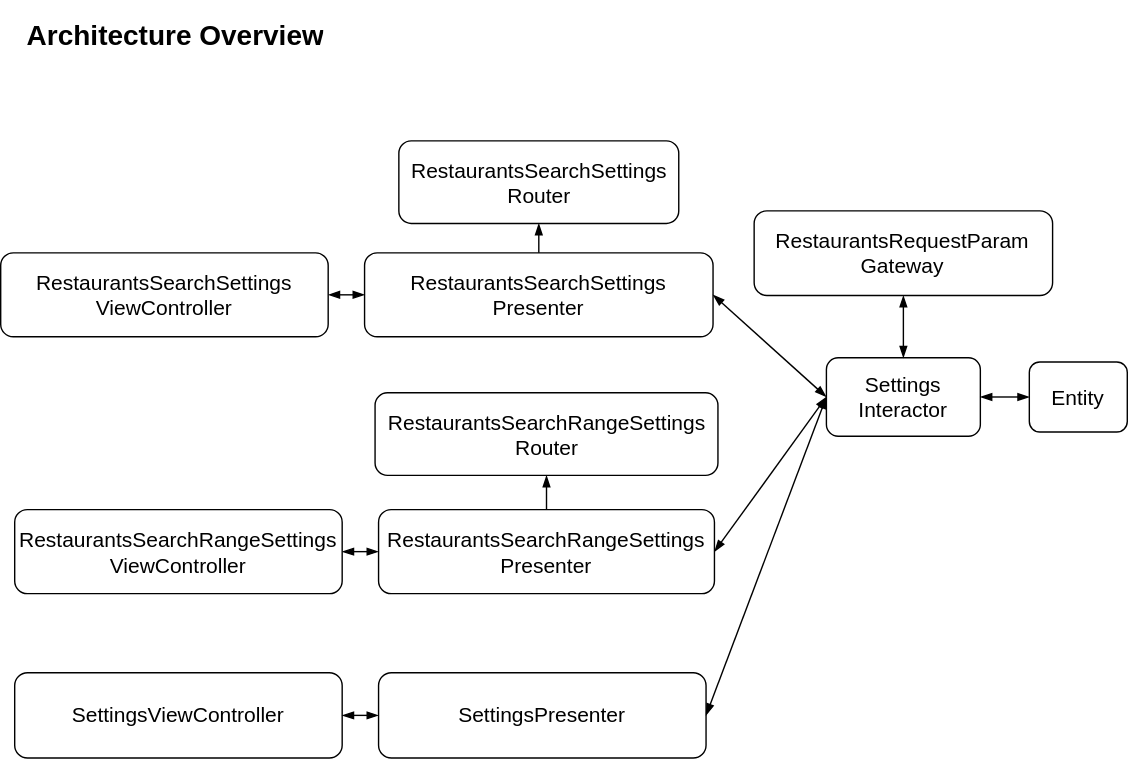
The draw.io diagram KyotoTrip/Modules/Settings/SettingsModuleArchitecture.drawio.svg in masayuki5160/KyotoTrip, before a commit. Source tidied: cells renumbered, new cells last; positions are measured from the earlier drawing's top-left corner, leaving out a move shared by most shapes. Source of this version:
```xml
<mxGraphModel>
  <root>
    <mxCell id="0" />
    <mxCell id="1" parent="0" />
    <mxCell id="2" value="RestaurantsSearchSettings&lt;br&gt;Router" style="rounded=1;whiteSpace=wrap;html=1;fontSize=15;" parent="1" vertex="1">
      <mxGeometry x="284.5" y="90" width="200" height="59" as="geometry" />
    </mxCell>
    <mxCell id="3" value="RestaurantsSearchSettings&lt;br&gt;Presenter" style="rounded=1;whiteSpace=wrap;html=1;fontSize=15;" parent="1" vertex="1">
      <mxGeometry x="260" y="170" width="249" height="60" as="geometry" />
    </mxCell>
    <mxCell id="4" value="Settings&lt;br&gt;Interactor" style="rounded=1;whiteSpace=wrap;html=1;fontSize=15;" parent="1" vertex="1">
      <mxGeometry x="590" y="245" width="110" height="56" as="geometry" />
    </mxCell>
    <mxCell id="5" value="Entity" style="rounded=1;whiteSpace=wrap;html=1;fontSize=15;" parent="1" vertex="1">
      <mxGeometry x="735" y="248" width="70" height="50" as="geometry" />
    </mxCell>
    <mxCell id="6" value="RestaurantsRequestParam&lt;br&gt;Gateway" style="rounded=1;whiteSpace=wrap;html=1;fontSize=15;horizontal=1;" parent="1" vertex="1">
      <mxGeometry x="538.4" y="140" width="213.2" height="60.5" as="geometry" />
    </mxCell>
    <mxCell id="7" value="SettingsViewController" style="rounded=1;whiteSpace=wrap;html=1;fontSize=15;" parent="1" vertex="1">
      <mxGeometry x="10" y="470" width="234" height="61" as="geometry" />
    </mxCell>
    <mxCell id="8" value="&lt;h1 style=&quot;font-size: 20px&quot;&gt;Architecture Overview&lt;/h1&gt;" style="text;html=1;strokeColor=none;fillColor=none;spacing=5;spacingTop=-20;whiteSpace=wrap;overflow=hidden;rounded=0;fontSize=20;align=left;verticalAlign=top;" parent="1" vertex="1">
      <mxGeometry x="14" width="330" height="40" as="geometry" />
    </mxCell>
    <mxCell id="9" style="endArrow=blockThin;startArrow=blockThin;html=1;strokeWidth=1;fontSize=9;exitX=1;exitY=0.5;exitDx=0;exitDy=0;entryX=0;entryY=0.5;entryDx=0;entryDy=0;startFill=1;endFill=1;" parent="1" edge="1" source="4" target="5">
      <mxGeometry relative="1" as="geometry" />
    </mxCell>
    <mxCell id="10" style="endArrow=blockThin;startArrow=blockThin;html=1;strokeWidth=1;fontSize=9;entryX=0;entryY=0.5;entryDx=0;entryDy=0;startFill=1;endFill=1;exitX=1;exitY=0.5;exitDx=0;exitDy=0;" parent="1" edge="1" source="3" target="4">
      <mxGeometry relative="1" as="geometry" />
    </mxCell>
    <mxCell id="11" style="endArrow=blockThin;startArrow=blockThin;html=1;strokeWidth=1;fontSize=9;startFill=1;endFill=1;entryX=0;entryY=0.5;entryDx=0;entryDy=0;exitX=1;exitY=0.5;exitDx=0;exitDy=0;" parent="1" edge="1" source="15" target="3">
      <mxGeometry relative="1" as="geometry" />
    </mxCell>
    <mxCell id="12" style="endArrow=blockThin;startArrow=none;html=1;strokeWidth=1;fontSize=9;entryX=0.5;entryY=1;entryDx=0;entryDy=0;startFill=0;endFill=1;exitX=0.5;exitY=0;exitDx=0;exitDy=0;" parent="1" edge="1" source="3" target="2">
      <mxGeometry relative="1" as="geometry" />
    </mxCell>
    <mxCell id="13" style="endArrow=blockThin;startArrow=blockThin;html=1;strokeWidth=1;fontSize=9;exitX=0.5;exitY=1;exitDx=0;exitDy=0;startFill=1;endFill=1;entryX=0.5;entryY=0;entryDx=0;entryDy=0;" parent="1" edge="1" source="6" target="4">
      <mxGeometry relative="1" as="geometry" />
    </mxCell>
    <mxCell id="14" value="SettingsPresenter" style="rounded=1;whiteSpace=wrap;html=1;fontSize=15;" parent="1" vertex="1">
      <mxGeometry x="270" y="470" width="234" height="61" as="geometry" />
    </mxCell>
    <mxCell id="15" value="RestaurantsSearchSettings&lt;br&gt;ViewController" style="rounded=1;whiteSpace=wrap;html=1;fontSize=15;" parent="1" vertex="1">
      <mxGeometry y="170" width="234" height="60" as="geometry" />
    </mxCell>
    <mxCell id="16" style="endArrow=blockThin;startArrow=blockThin;html=1;strokeWidth=1;fontSize=9;startFill=1;endFill=1;entryX=0;entryY=0.5;entryDx=0;entryDy=0;exitX=1;exitY=0.5;exitDx=0;exitDy=0;" parent="1" edge="1" source="7" target="14">
      <mxGeometry relative="1" as="geometry" />
    </mxCell>
    <mxCell id="17" style="endArrow=blockThin;startArrow=blockThin;html=1;strokeWidth=1;fontSize=9;entryX=0;entryY=0.5;entryDx=0;entryDy=0;startFill=1;endFill=1;exitX=1;exitY=0.5;exitDx=0;exitDy=0;" parent="1" edge="1" source="14" target="4">
      <mxGeometry relative="1" as="geometry" />
    </mxCell>
    <mxCell id="18" value="RestaurantsSearchRangeSettings&lt;br&gt;Router" style="rounded=1;whiteSpace=wrap;html=1;fontSize=15;" parent="1" vertex="1">
      <mxGeometry x="267.5" y="270" width="245" height="59" as="geometry" />
    </mxCell>
    <mxCell id="19" value="RestaurantsSearchRangeSettings&lt;br&gt;Presenter" style="rounded=1;whiteSpace=wrap;html=1;fontSize=15;" parent="1" vertex="1">
      <mxGeometry x="270" y="353.5" width="240" height="60" as="geometry" />
    </mxCell>
    <mxCell id="20" style="endArrow=blockThin;startArrow=blockThin;html=1;strokeWidth=1;fontSize=9;startFill=1;endFill=1;entryX=0;entryY=0.5;entryDx=0;entryDy=0;exitX=1;exitY=0.5;exitDx=0;exitDy=0;" parent="1" edge="1" source="22" target="19">
      <mxGeometry relative="1" as="geometry" />
    </mxCell>
    <mxCell id="21" style="endArrow=blockThin;startArrow=none;html=1;strokeWidth=1;fontSize=9;entryX=0.5;entryY=1;entryDx=0;entryDy=0;startFill=0;endFill=1;exitX=0.5;exitY=0;exitDx=0;exitDy=0;" parent="1" edge="1" source="19" target="18">
      <mxGeometry relative="1" as="geometry" />
    </mxCell>
    <mxCell id="22" value="RestaurantsSearchRangeSettings&lt;br&gt;ViewController" style="rounded=1;whiteSpace=wrap;html=1;fontSize=15;" parent="1" vertex="1">
      <mxGeometry x="10" y="353.5" width="234" height="60" as="geometry" />
    </mxCell>
    <mxCell id="23" style="endArrow=blockThin;startArrow=blockThin;html=1;strokeWidth=1;fontSize=9;startFill=1;endFill=1;exitX=1;exitY=0.5;exitDx=0;exitDy=0;entryX=0;entryY=0.5;entryDx=0;entryDy=0;" parent="1" edge="1" source="19" target="4">
      <mxGeometry relative="1" as="geometry" />
    </mxCell>
  </root>
</mxGraphModel>
```
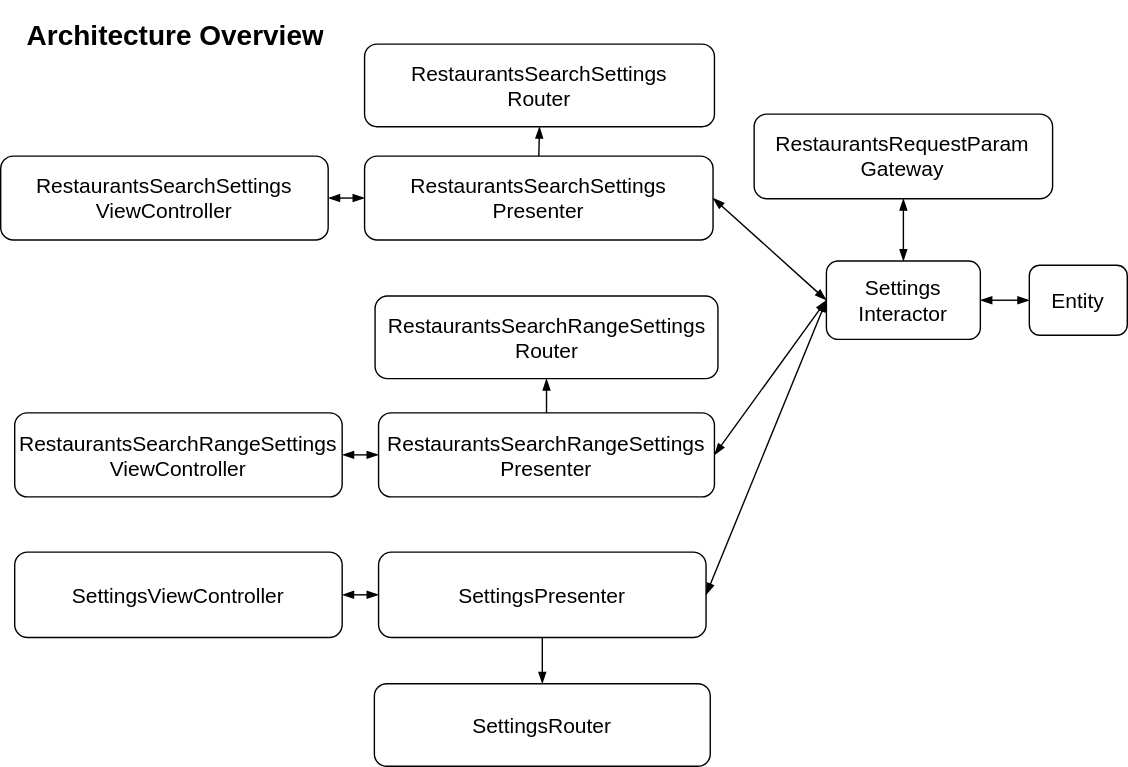
Later version of the same file.

Change to the diagram source:
```diff
@@ -3,7 +3,7 @@
     <mxCell id="0" />
     <mxCell id="1" parent="0" />
     <mxCell id="2" value="RestaurantsSearchSettings&lt;br&gt;Router" style="rounded=1;whiteSpace=wrap;html=1;fontSize=15;" parent="1" vertex="1">
-      <mxGeometry x="284.5" y="90" width="200" height="59" as="geometry" />
+      <mxGeometry x="260" y="90" width="250" height="59" as="geometry" />
     </mxCell>
     <mxCell id="3" value="RestaurantsSearchSettings&lt;br&gt;Presenter" style="rounded=1;whiteSpace=wrap;html=1;fontSize=15;" parent="1" vertex="1">
       <mxGeometry x="260" y="170" width="249" height="60" as="geometry" />
@@ -18,10 +18,10 @@
       <mxGeometry x="538.4" y="140" width="213.2" height="60.5" as="geometry" />
     </mxCell>
     <mxCell id="7" value="SettingsViewController" style="rounded=1;whiteSpace=wrap;html=1;fontSize=15;" parent="1" vertex="1">
-      <mxGeometry x="10" y="470" width="234" height="61" as="geometry" />
+      <mxGeometry x="10" y="453" width="234" height="61" as="geometry" />
     </mxCell>
     <mxCell id="8" value="&lt;h1 style=&quot;font-size: 20px&quot;&gt;Architecture Overview&lt;/h1&gt;" style="text;html=1;strokeColor=none;fillColor=none;spacing=5;spacingTop=-20;whiteSpace=wrap;overflow=hidden;rounded=0;fontSize=20;align=left;verticalAlign=top;" parent="1" vertex="1">
-      <mxGeometry x="14" width="330" height="40" as="geometry" />
+      <mxGeometry x="14" y="69" width="330" height="40" as="geometry" />
     </mxCell>
     <mxCell id="9" style="endArrow=blockThin;startArrow=blockThin;html=1;strokeWidth=1;fontSize=9;exitX=1;exitY=0.5;exitDx=0;exitDy=0;entryX=0;entryY=0.5;entryDx=0;entryDy=0;startFill=1;endFill=1;" parent="1" edge="1" source="4" target="5">
       <mxGeometry relative="1" as="geometry" />
@@ -39,7 +39,7 @@
       <mxGeometry relative="1" as="geometry" />
     </mxCell>
     <mxCell id="14" value="SettingsPresenter" style="rounded=1;whiteSpace=wrap;html=1;fontSize=15;" parent="1" vertex="1">
-      <mxGeometry x="270" y="470" width="234" height="61" as="geometry" />
+      <mxGeometry x="270" y="453" width="234" height="61" as="geometry" />
     </mxCell>
     <mxCell id="15" value="RestaurantsSearchSettings&lt;br&gt;ViewController" style="rounded=1;whiteSpace=wrap;html=1;fontSize=15;" parent="1" vertex="1">
       <mxGeometry y="170" width="234" height="60" as="geometry" />
@@ -68,5 +68,11 @@
     <mxCell id="23" style="endArrow=blockThin;startArrow=blockThin;html=1;strokeWidth=1;fontSize=9;startFill=1;endFill=1;exitX=1;exitY=0.5;exitDx=0;exitDy=0;entryX=0;entryY=0.5;entryDx=0;entryDy=0;" parent="1" edge="1" source="19" target="4">
       <mxGeometry relative="1" as="geometry" />
     </mxCell>
+    <mxCell id="24" value="SettingsRouter" style="rounded=1;whiteSpace=wrap;html=1;fontSize=15;" parent="1" vertex="1">
+      <mxGeometry x="267" y="547" width="240" height="59" as="geometry" />
+    </mxCell>
+    <mxCell id="25" style="endArrow=blockThin;startArrow=none;html=1;strokeWidth=1;fontSize=9;entryX=0.5;entryY=0;entryDx=0;entryDy=0;startFill=0;endFill=1;exitX=0.5;exitY=1;exitDx=0;exitDy=0;" parent="1" edge="1" source="14" target="24">
+      <mxGeometry relative="1" as="geometry" />
+    </mxCell>
   </root>
 </mxGraphModel>
```
